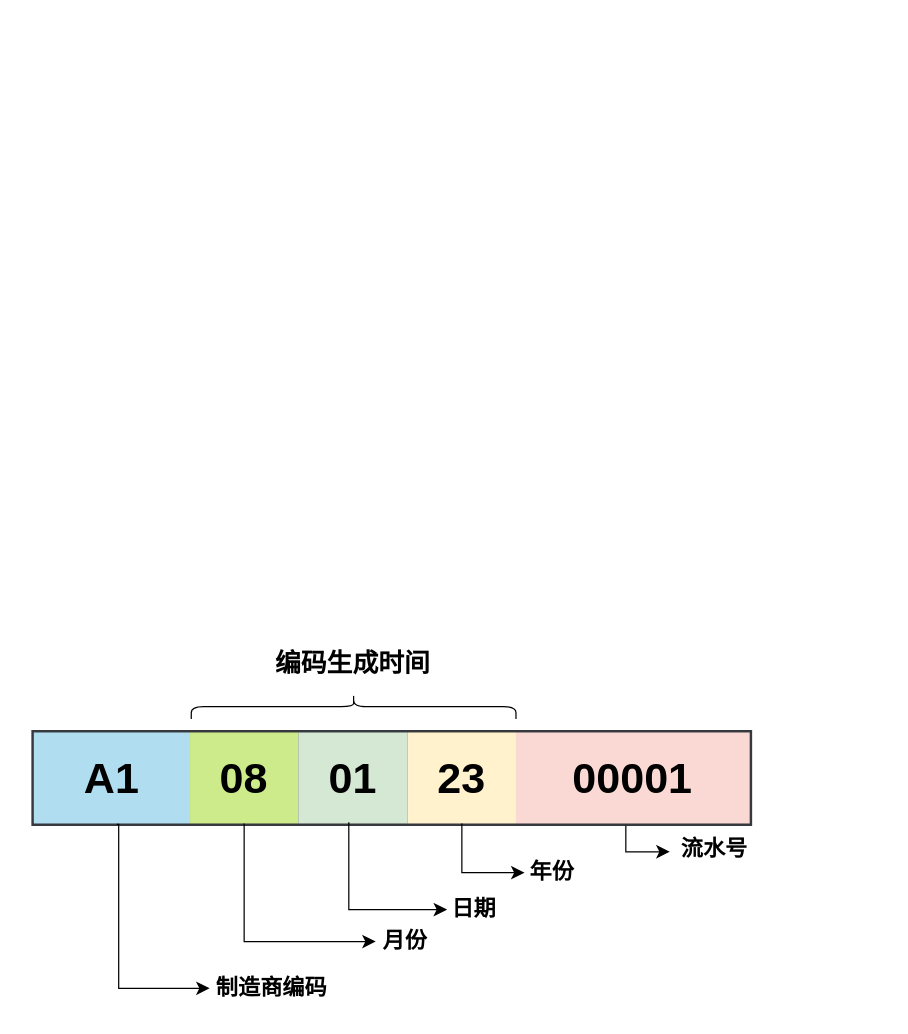
Earlier version of the draw.io diagram QS码.drawio (sjxbg/xmindfile). Source tidied: cells renumbered, new cells numbered last; positions are measured from the earlier drawing's top-left corner, leaving out a move shared by most shapes. Both pictures are drawn from the tidied source at 123%, with x=0, y=0 at pixel (33, 643).
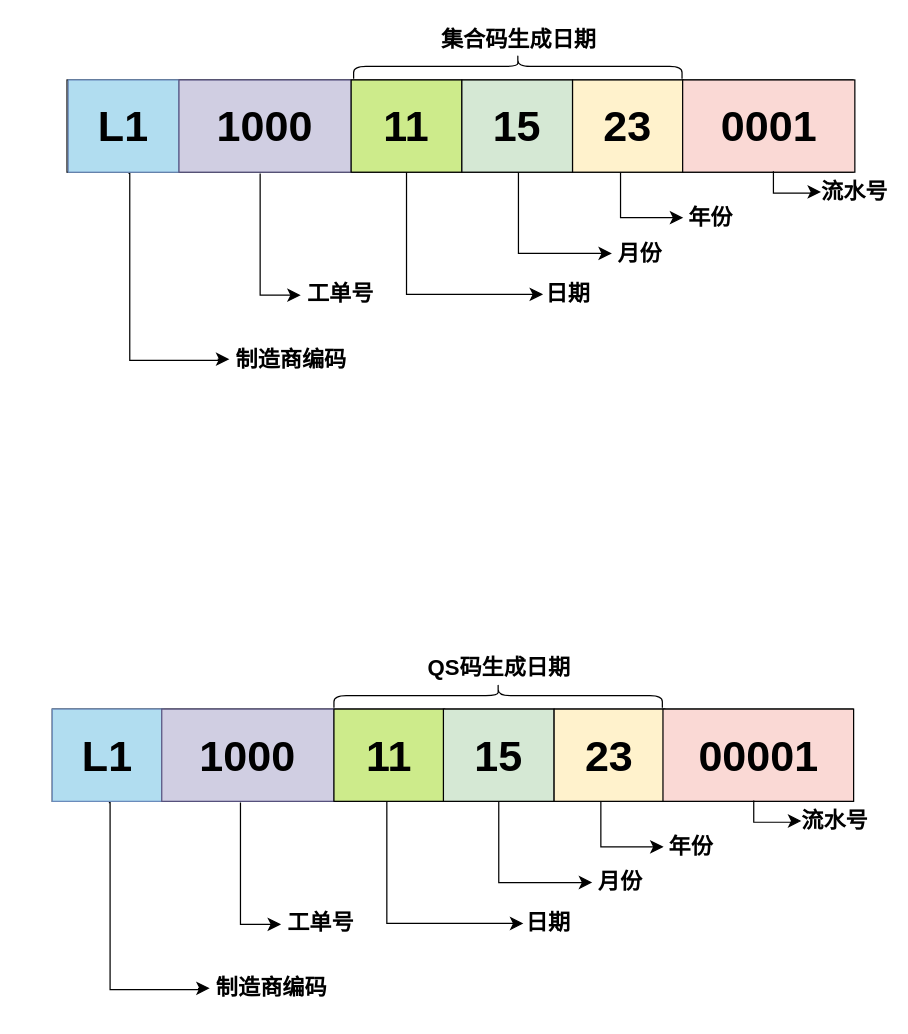
The same diagram, later.

Unchanged cells that the change refers to:
```xml
<mxCell id="13" value="制造商编码" style="text;strokeColor=none;fillColor=none;html=1;fontSize=18;fontStyle=1;verticalAlign=middle;align=center;" parent="1" vertex="1">
  <mxGeometry x="143" y="260" width="100" height="40" as="geometry" />
</mxCell>
```

Change to the diagram source:
```diff
@@
-    <mxCell id="2" style="shape=table;startSize=0;childLayout=tableLayout;fontSize=25;swimlaneLine=1;strokeWidth=4;perimeterSpacing=0;fontStyle=1;labelBorderColor=default;strokeColor=#36393d;gradientDirection=radial;fillColor=#cdeb8b;" parent="1" vertex="1">
-      <mxGeometry y="72" width="582" height="74" as="geometry" />
-    </mxCell>
-    <mxCell id="3" style="shape=tableRow;horizontal=0;startSize=0;swimlaneHead=0;swimlaneBody=0;strokeColor=inherit;top=0;left=0;bottom=0;right=0;fillColor=none;points=[[0,0.5],[1,0.5]];portConstraint=eastwest;fontSize=16;" parent="2" vertex="1">
-      <mxGeometry width="582" height="74" as="geometry" />
-    </mxCell>
-    <mxCell id="4" value="&lt;font style=&quot;font-size: 35px;&quot;&gt;A1&lt;/font&gt;" style="shape=partialRectangle;html=1;whiteSpace=wrap;strokeColor=#000000;overflow=hidden;fillColor=#b1ddf0;top=0;left=0;bottom=0;right=0;fontSize=35;fontStyle=1;strokeWidth=20;" parent="3" vertex="1">
-      <mxGeometry width="127" height="74" as="geometry" />
-    </mxCell>
-    <mxCell id="5" value="&lt;b style=&quot;font-size: 35px;&quot;&gt;&lt;font style=&quot;font-size: 35px;&quot;&gt;08&lt;/font&gt;&lt;/b&gt;" style="shape=partialRectangle;html=1;whiteSpace=wrap;strokeColor=#36393d;overflow=hidden;fillColor=#cdeb8b;top=0;left=0;bottom=0;right=0;fontSize=35;strokeWidth=20;" parent="3" vertex="1">
-      <mxGeometry x="127" width="88" height="74" as="geometry" />
-    </mxCell>
-    <mxCell id="6" value="&lt;b style=&quot;border-color: var(--border-color); font-size: 35px;&quot;&gt;&lt;font style=&quot;border-color: var(--border-color); font-size: 35px;&quot;&gt;01&lt;/font&gt;&lt;/b&gt;" style="shape=partialRectangle;html=1;whiteSpace=wrap;strokeColor=#82b366;overflow=hidden;fillColor=#d5e8d4;top=0;left=0;bottom=0;right=0;fontSize=35;strokeWidth=20;" parent="3" vertex="1">
-      <mxGeometry x="215" width="89" height="74" as="geometry" />
-    </mxCell>
-    <mxCell id="7" value="&lt;b style=&quot;border-color: var(--border-color); font-size: 35px;&quot;&gt;&lt;font style=&quot;border-color: var(--border-color); font-size: 35px;&quot;&gt;23&lt;/font&gt;&lt;/b&gt;" style="shape=partialRectangle;html=1;whiteSpace=wrap;strokeColor=#d6b656;overflow=hidden;fillColor=#fff2cc;top=0;left=0;bottom=0;right=0;fontSize=35;strokeWidth=20;" parent="3" vertex="1">
-      <mxGeometry x="304" width="88" height="74" as="geometry" />
-    </mxCell>
-    <mxCell id="8" value="&lt;b style=&quot;font-size: 35px;&quot;&gt;&lt;font style=&quot;font-size: 35px;&quot;&gt;00001&lt;/font&gt;&lt;/b&gt;" style="shape=partialRectangle;html=1;whiteSpace=wrap;strokeColor=#000000;overflow=hidden;fillColor=#fad9d5;top=0;left=0;bottom=0;right=0;fontSize=35;strokeWidth=20;" parent="3" vertex="1">
-      <mxGeometry x="392" width="190" height="74" as="geometry" />
-    </mxCell>
-    <mxCell id="9" value="流水号" style="text;strokeColor=none;fillColor=none;html=1;fontSize=18;fontStyle=1;verticalAlign=middle;align=center;" parent="1" vertex="1">
-      <mxGeometry x="517" y="151" width="71" height="31" as="geometry" />
-    </mxCell>
-    <mxCell id="10" style="edgeStyle=segmentEdgeStyle;endArrow=classic;html=1;curved=0;rounded=0;endSize=8;startSize=8;exitX=0.827;exitY=1.024;exitDx=0;exitDy=0;exitPerimeter=0;" parent="1" edge="1" source="2" target="9">
-      <mxGeometry relative="1" as="geometry">
-        <Array as="points">
-          <mxPoint x="481" y="169" />
-        </Array>
-      </mxGeometry>
-    </mxCell>
-    <mxCell id="11" value="&amp;nbsp;月份" style="text;strokeColor=none;fillColor=none;html=1;fontSize=18;fontStyle=1;verticalAlign=middle;align=center;" parent="1" vertex="1">
-      <mxGeometry x="279" y="227" width="40" height="30" as="geometry" />
-    </mxCell>
-    <mxCell id="12" style="edgeStyle=segmentEdgeStyle;endArrow=classic;html=1;curved=0;rounded=0;endSize=8;startSize=8;" parent="1" edge="1" source="3">
-      <mxGeometry relative="1" as="geometry">
-        <mxPoint x="278" y="242" as="targetPoint" />
-        <Array as="points">
-          <mxPoint x="171" y="242" />
-        </Array>
-      </mxGeometry>
-    </mxCell>
@@
-    <mxCell id="14" style="edgeStyle=segmentEdgeStyle;endArrow=classic;html=1;curved=0;rounded=0;endSize=8;startSize=8;exitX=0.116;exitY=1.009;exitDx=0;exitDy=0;exitPerimeter=0;" parent="1" edge="1" source="2" target="13">
+    <mxCell id="14" style="edgeStyle=segmentEdgeStyle;endArrow=classic;html=1;curved=0;rounded=0;endSize=8;startSize=8;exitX=0.116;exitY=1.009;exitDx=0;exitDy=0;exitPerimeter=0;entryX=0;entryY=0.5;entryDx=0;entryDy=0;" parent="1" edge="1" target="13">
       <mxGeometry relative="1" as="geometry">
+        <mxPoint x="61" y="129" as="sourcePoint" />
         <Array as="points">
-          <mxPoint x="69" y="147" />
-          <mxPoint x="69" y="280" />
+          <mxPoint x="62" y="129" />
+          <mxPoint x="62" y="281" />
+          <mxPoint x="134" y="281" />
         </Array>
       </mxGeometry>
     </mxCell>
-    <mxCell id="15" value="年份" style="text;strokeColor=none;fillColor=none;html=1;fontSize=18;fontStyle=1;verticalAlign=middle;align=center;" parent="1" vertex="1">
-      <mxGeometry x="401" y="171" width="40" height="30" as="geometry" />
-    </mxCell>
-    <mxCell id="16" style="edgeStyle=segmentEdgeStyle;endArrow=classic;html=1;curved=0;rounded=0;endSize=8;startSize=8;" parent="1" edge="1">
-      <mxGeometry relative="1" as="geometry">
-        <mxPoint x="348" y="146" as="sourcePoint" />
-        <mxPoint x="399" y="186" as="targetPoint" />
-        <Array as="points">
-          <mxPoint x="348" y="186" />
-          <mxPoint x="399" y="186" />
-        </Array>
-      </mxGeometry>
-    </mxCell>
-    <mxCell id="17" style="edgeStyle=segmentEdgeStyle;endArrow=classic;html=1;curved=0;rounded=0;endSize=8;startSize=8;exitX=0.44;exitY=0.986;exitDx=0;exitDy=0;exitPerimeter=0;entryX=0;entryY=0.5;entryDx=0;entryDy=0;" parent="1" edge="1" source="3">
-      <mxGeometry relative="1" as="geometry">
-        <mxPoint x="336" y="216" as="targetPoint" />
-        <Array as="points">
-          <mxPoint x="256" y="216" />
-        </Array>
-      </mxGeometry>
-    </mxCell>
-    <mxCell id="18" style="shape=curlyBracket;whiteSpace=wrap;html=1;rounded=1;labelPosition=left;verticalLabelPosition=middle;align=right;verticalAlign=middle;direction=south;" parent="1" vertex="1">
-      <mxGeometry x="128" y="41" width="264" height="20" as="geometry" />
-    </mxCell>
-    <mxCell id="19" value="编码生成时间" style="text;strokeColor=none;fillColor=none;html=1;fontSize=21;fontStyle=1;verticalAlign=middle;align=center;" parent="1" vertex="1">
-      <mxGeometry x="239" width="40" height="30" as="geometry" />
-    </mxCell>
-    <mxCell id="20" value="&amp;nbsp;日期" style="text;strokeColor=none;fillColor=none;html=1;fontSize=18;fontStyle=1;verticalAlign=middle;align=center;" parent="1" vertex="1">
-      <mxGeometry x="335" y="201" width="40" height="30" as="geometry" />
-    </mxCell>
+    <mxCell id="21" style="edgeStyle=segmentEdgeStyle;endArrow=classic;html=1;curved=0;rounded=0;endSize=8;startSize=8;exitX=0.5;exitY=1;exitDx=0;exitDy=0;" parent="1" edge="1" source="29" target="31">
+      <mxGeometry relative="1" as="geometry">
+        <Array as="points">
+          <mxPoint x="378" y="194" />
+        </Array>
+      </mxGeometry>
+    </mxCell>
+    <mxCell id="22" value="年份" style="text;strokeColor=none;fillColor=none;html=1;fontSize=18;fontStyle=1;verticalAlign=middle;align=center;" parent="1" vertex="1">
+      <mxGeometry x="514" y="150" width="40" height="30" as="geometry" />
+    </mxCell>
+    <mxCell id="23" style="edgeStyle=segmentEdgeStyle;endArrow=classic;html=1;curved=0;rounded=0;endSize=8;startSize=8;" parent="1" edge="1">
+      <mxGeometry relative="1" as="geometry">
+        <mxPoint x="461" y="125" as="sourcePoint" />
+        <mxPoint x="512" y="165" as="targetPoint" />
+        <Array as="points">
+          <mxPoint x="461" y="165" />
+          <mxPoint x="512" y="165" />
+        </Array>
+      </mxGeometry>
+    </mxCell>
+    <mxCell id="24" style="group;" parent="1" vertex="1">
+      <mxGeometry x="15" y="53" width="651.5" height="75" as="geometry" />
+    </mxCell>
+    <mxCell id="25" style="rounded=0;whiteSpace=wrap;html=1;" parent="24" vertex="1">
+      <mxGeometry width="651" height="75" as="geometry" />
+    </mxCell>
+    <mxCell id="26" value="L1" style="rounded=0;whiteSpace=wrap;html=1;fillColor=#b1ddf0;strokeColor=#6c8ebf;fontStyle=1;fontSize=35;" parent="24" vertex="1">
+      <mxGeometry width="90" height="75" as="geometry" />
+    </mxCell>
+    <mxCell id="27" value="1000" style="rounded=0;whiteSpace=wrap;html=1;fillColor=#d0cee2;strokeColor=#56517e;fontStyle=1;fontSize=35;" parent="24" vertex="1">
+      <mxGeometry x="89" width="140" height="75" as="geometry" />
+    </mxCell>
+    <mxCell id="28" value="11" style="rounded=0;whiteSpace=wrap;html=1;fillColor=#cdeb8b;fontStyle=1;fontSize=35;" parent="24" vertex="1">
+      <mxGeometry x="229" width="90" height="75" as="geometry" />
+    </mxCell>
+    <mxCell id="29" value="15" style="rounded=0;whiteSpace=wrap;html=1;fillColor=#d5e8d4;fontStyle=1;fontSize=35;" parent="24" vertex="1">
+      <mxGeometry x="318" width="90" height="75" as="geometry" />
+    </mxCell>
+    <mxCell id="30" value="23" style="rounded=0;whiteSpace=wrap;html=1;fillColor=#fff2cc;fontStyle=1;fontSize=35;" parent="24" vertex="1">
+      <mxGeometry x="408" width="90" height="75" as="geometry" />
+    </mxCell>
+    <mxCell id="8" value="00001" style="rounded=0;whiteSpace=wrap;html=1;fillColor=#fad9d5;fontStyle=1;fontSize=35;" parent="24" vertex="1">
+      <mxGeometry x="496.5" width="155" height="75" as="geometry" />
+    </mxCell>
+    <mxCell id="31" value="&amp;nbsp;月份" style="text;strokeColor=none;fillColor=none;html=1;fontSize=18;fontStyle=1;verticalAlign=middle;align=center;" parent="1" vertex="1">
+      <mxGeometry x="454" y="179" width="40" height="30" as="geometry" />
+    </mxCell>
+    <mxCell id="32" value="流水号" style="text;strokeColor=none;fillColor=none;html=1;fontSize=18;fontStyle=1;verticalAlign=middle;align=center;" parent="1" vertex="1">
+      <mxGeometry x="630.5" y="129" width="40" height="30" as="geometry" />
+    </mxCell>
+    <mxCell id="33" style="edgeStyle=segmentEdgeStyle;endArrow=classic;html=1;curved=0;rounded=0;endSize=8;startSize=8;exitX=0.476;exitY=1.004;exitDx=0;exitDy=0;exitPerimeter=0;" parent="1" edge="1">
+      <mxGeometry relative="1" as="geometry">
+        <mxPoint x="585.3" y="127.3" as="sourcePoint" />
+        <mxPoint x="624" y="144" as="targetPoint" />
+        <Array as="points">
+          <mxPoint x="585" y="145" />
+          <mxPoint x="617" y="145" />
+        </Array>
+      </mxGeometry>
+    </mxCell>
+    <mxCell id="34" style="edgeStyle=segmentEdgeStyle;endArrow=classic;html=1;curved=0;rounded=0;endSize=8;startSize=8;entryX=0;entryY=0.5;entryDx=0;entryDy=0;" parent="1" edge="1" target="35">
+      <mxGeometry relative="1" as="geometry">
+        <mxPoint x="287" y="128" as="sourcePoint" />
+        <Array as="points">
+          <mxPoint x="287" y="227" />
+        </Array>
+      </mxGeometry>
+    </mxCell>
+    <mxCell id="35" value="日期" style="text;strokeColor=none;fillColor=none;html=1;fontSize=18;fontStyle=1;verticalAlign=middle;align=center;" parent="1" vertex="1">
+      <mxGeometry x="398" y="212.3" width="40" height="30" as="geometry" />
+    </mxCell>
+    <mxCell id="36" style="edgeStyle=segmentEdgeStyle;endArrow=classic;html=1;curved=0;rounded=0;endSize=8;startSize=8;" parent="1" edge="1">
+      <mxGeometry relative="1" as="geometry">
+        <mxPoint x="168" y="129" as="sourcePoint" />
+        <mxPoint x="201" y="228" as="targetPoint" />
+        <Array as="points">
+          <mxPoint x="168" y="228" />
+        </Array>
+      </mxGeometry>
+    </mxCell>
+    <mxCell id="37" value="工单号" style="text;strokeColor=none;fillColor=none;html=1;fontSize=18;fontStyle=1;verticalAlign=middle;align=center;" parent="1" vertex="1">
+      <mxGeometry x="213" y="212.3" width="40" height="30" as="geometry" />
+    </mxCell>
+    <mxCell id="38" style="shape=curlyBracket;whiteSpace=wrap;html=1;rounded=1;labelPosition=left;verticalLabelPosition=middle;align=right;verticalAlign=middle;rotation=90;" parent="1" vertex="1">
+      <mxGeometry x="367.5" y="-91.5" width="20" height="267" as="geometry" />
+    </mxCell>
+    <mxCell id="39" value="QS码生成日期" style="text;strokeColor=none;fillColor=none;html=1;fontSize=18;fontStyle=1;verticalAlign=middle;align=center;" parent="1" vertex="1">
+      <mxGeometry x="358" y="5" width="40" height="30" as="geometry" />
+    </mxCell>
+    <mxCell id="40" value="制造商编码" style="text;strokeColor=none;fillColor=none;html=1;fontSize=18;fontStyle=1;verticalAlign=middle;align=center;" parent="1" vertex="1">
+      <mxGeometry x="159" y="-251.5" width="100" height="40" as="geometry" />
+    </mxCell>
+    <mxCell id="41" style="edgeStyle=segmentEdgeStyle;endArrow=classic;html=1;curved=0;rounded=0;endSize=8;startSize=8;exitX=0.116;exitY=1.009;exitDx=0;exitDy=0;exitPerimeter=0;entryX=0;entryY=0.5;entryDx=0;entryDy=0;" parent="1" edge="1" target="40">
+      <mxGeometry relative="1" as="geometry">
+        <mxPoint x="77" y="-382.5" as="sourcePoint" />
+        <Array as="points">
+          <mxPoint x="78" y="-382.5" />
+          <mxPoint x="78" y="-230.5" />
+          <mxPoint x="150" y="-230.5" />
+        </Array>
+      </mxGeometry>
+    </mxCell>
+    <mxCell id="42" style="edgeStyle=segmentEdgeStyle;endArrow=classic;html=1;curved=0;rounded=0;endSize=8;startSize=8;exitX=0.5;exitY=1;exitDx=0;exitDy=0;" parent="1" edge="1" source="50" target="53">
+      <mxGeometry relative="1" as="geometry">
+        <Array as="points">
+          <mxPoint x="394" y="-317.5" />
+        </Array>
+      </mxGeometry>
+    </mxCell>
+    <mxCell id="43" value="年份" style="text;strokeColor=none;fillColor=none;html=1;fontSize=18;fontStyle=1;verticalAlign=middle;align=center;" parent="1" vertex="1">
+      <mxGeometry x="530" y="-361.5" width="40" height="30" as="geometry" />
+    </mxCell>
+    <mxCell id="44" style="edgeStyle=segmentEdgeStyle;endArrow=classic;html=1;curved=0;rounded=0;endSize=8;startSize=8;" parent="1" edge="1">
+      <mxGeometry relative="1" as="geometry">
+        <mxPoint x="477" y="-386.5" as="sourcePoint" />
+        <mxPoint x="528" y="-346.5" as="targetPoint" />
+        <Array as="points">
+          <mxPoint x="477" y="-346.5" />
+          <mxPoint x="528" y="-346.5" />
+        </Array>
+      </mxGeometry>
+    </mxCell>
+    <mxCell id="45" style="group;" parent="1" vertex="1">
+      <mxGeometry x="16" y="-458.5" width="651.5" height="75" as="geometry" />
+    </mxCell>
+    <mxCell id="46" style="rounded=0;whiteSpace=wrap;html=1;" parent="45" vertex="1">
+      <mxGeometry x="11" width="639" height="75" as="geometry" />
+    </mxCell>
+    <mxCell id="47" value="L1" style="rounded=0;whiteSpace=wrap;html=1;fillColor=#b1ddf0;strokeColor=#6c8ebf;fontStyle=1;fontSize=35;" parent="45" vertex="1">
+      <mxGeometry x="12" width="90" height="75" as="geometry" />
+    </mxCell>
+    <mxCell id="48" value="1000" style="rounded=0;whiteSpace=wrap;html=1;fillColor=#d0cee2;strokeColor=#56517e;fontStyle=1;fontSize=35;" parent="45" vertex="1">
+      <mxGeometry x="102" width="140" height="75" as="geometry" />
+    </mxCell>
+    <mxCell id="49" value="11" style="rounded=0;whiteSpace=wrap;html=1;fillColor=#cdeb8b;fontStyle=1;fontSize=35;" parent="45" vertex="1">
+      <mxGeometry x="242" width="90" height="75" as="geometry" />
+    </mxCell>
+    <mxCell id="50" value="15" style="rounded=0;whiteSpace=wrap;html=1;fillColor=#d5e8d4;fontStyle=1;fontSize=35;" parent="45" vertex="1">
+      <mxGeometry x="332" width="90" height="75" as="geometry" />
+    </mxCell>
+    <mxCell id="51" value="23" style="rounded=0;whiteSpace=wrap;html=1;fillColor=#fff2cc;fontStyle=1;fontSize=35;" parent="45" vertex="1">
+      <mxGeometry x="422" width="90" height="75" as="geometry" />
+    </mxCell>
+    <mxCell id="52" value="0001" style="rounded=0;whiteSpace=wrap;html=1;fillColor=#fad9d5;fontStyle=1;fontSize=35;" parent="45" vertex="1">
+      <mxGeometry x="511.5" width="140" height="75" as="geometry" />
+    </mxCell>
+    <mxCell id="53" value="&amp;nbsp;月份" style="text;strokeColor=none;fillColor=none;html=1;fontSize=18;fontStyle=1;verticalAlign=middle;align=center;" parent="1" vertex="1">
+      <mxGeometry x="470" y="-332.5" width="40" height="30" as="geometry" />
+    </mxCell>
+    <mxCell id="54" value="流水号" style="text;strokeColor=none;fillColor=none;html=1;fontSize=18;fontStyle=1;verticalAlign=middle;align=center;" parent="1" vertex="1">
+      <mxGeometry x="646.5" y="-382.5" width="40" height="30" as="geometry" />
+    </mxCell>
+    <mxCell id="55" style="edgeStyle=segmentEdgeStyle;endArrow=classic;html=1;curved=0;rounded=0;endSize=8;startSize=8;exitX=0.476;exitY=1.004;exitDx=0;exitDy=0;exitPerimeter=0;" parent="1" edge="1">
+      <mxGeometry relative="1" as="geometry">
+        <mxPoint x="601.3" y="-384.2" as="sourcePoint" />
+        <mxPoint x="640" y="-367.5" as="targetPoint" />
+        <Array as="points">
+          <mxPoint x="601" y="-366.5" />
+          <mxPoint x="633" y="-366.5" />
+        </Array>
+      </mxGeometry>
+    </mxCell>
+    <mxCell id="56" style="edgeStyle=segmentEdgeStyle;endArrow=classic;html=1;curved=0;rounded=0;endSize=8;startSize=8;entryX=0;entryY=0.5;entryDx=0;entryDy=0;" parent="1" edge="1" target="57">
+      <mxGeometry relative="1" as="geometry">
+        <mxPoint x="303" y="-383.5" as="sourcePoint" />
+        <Array as="points">
+          <mxPoint x="303" y="-284.5" />
+        </Array>
+      </mxGeometry>
+    </mxCell>
+    <mxCell id="57" value="日期" style="text;strokeColor=none;fillColor=none;html=1;fontSize=18;fontStyle=1;verticalAlign=middle;align=center;" parent="1" vertex="1">
+      <mxGeometry x="414" y="-299.2" width="40" height="30" as="geometry" />
+    </mxCell>
+    <mxCell id="58" style="edgeStyle=segmentEdgeStyle;endArrow=classic;html=1;curved=0;rounded=0;endSize=8;startSize=8;" parent="1" edge="1">
+      <mxGeometry relative="1" as="geometry">
+        <mxPoint x="184" y="-382.5" as="sourcePoint" />
+        <mxPoint x="217" y="-283.5" as="targetPoint" />
+        <Array as="points">
+          <mxPoint x="184" y="-283.5" />
+        </Array>
+      </mxGeometry>
+    </mxCell>
+    <mxCell id="59" value="工单号" style="text;strokeColor=none;fillColor=none;html=1;fontSize=18;fontStyle=1;verticalAlign=middle;align=center;" parent="1" vertex="1">
+      <mxGeometry x="229" y="-299.2" width="40" height="30" as="geometry" />
+    </mxCell>
+    <mxCell id="60" style="shape=curlyBracket;whiteSpace=wrap;html=1;rounded=1;labelPosition=left;verticalLabelPosition=middle;align=right;verticalAlign=middle;rotation=90;" parent="1" vertex="1">
+      <mxGeometry x="383.5" y="-603" width="20" height="267" as="geometry" />
+    </mxCell>
+    <mxCell id="61" value="集合码生成日期" style="text;strokeColor=none;fillColor=none;html=1;fontSize=18;fontStyle=1;verticalAlign=middle;align=center;" parent="1" vertex="1">
+      <mxGeometry x="374" y="-506.5" width="40" height="30" as="geometry" />
+    </mxCell>
```
